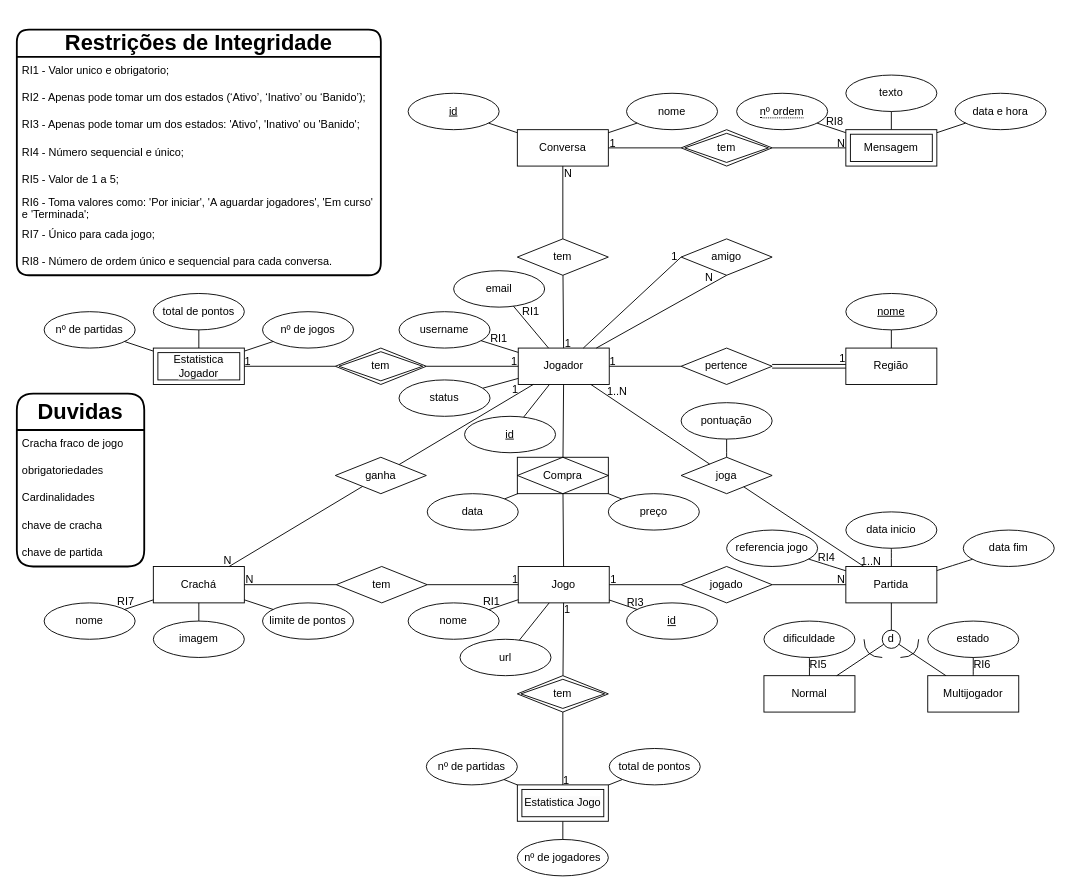
Above: page "Main" (1 of 11) of docs/Model_SI_WorkAssigment.drawio in ISEL-STRESSES/SI-WorkAssignment (draw.io), before the change. Source tidied: cells renumbered, new cells numbered last; positions are measured from the earlier drawing's top-left corner, leaving out a move shared by most shapes. Both pictures are drawn from the tidied source at 91%, with x=0, y=0 at pixel (16, 29).
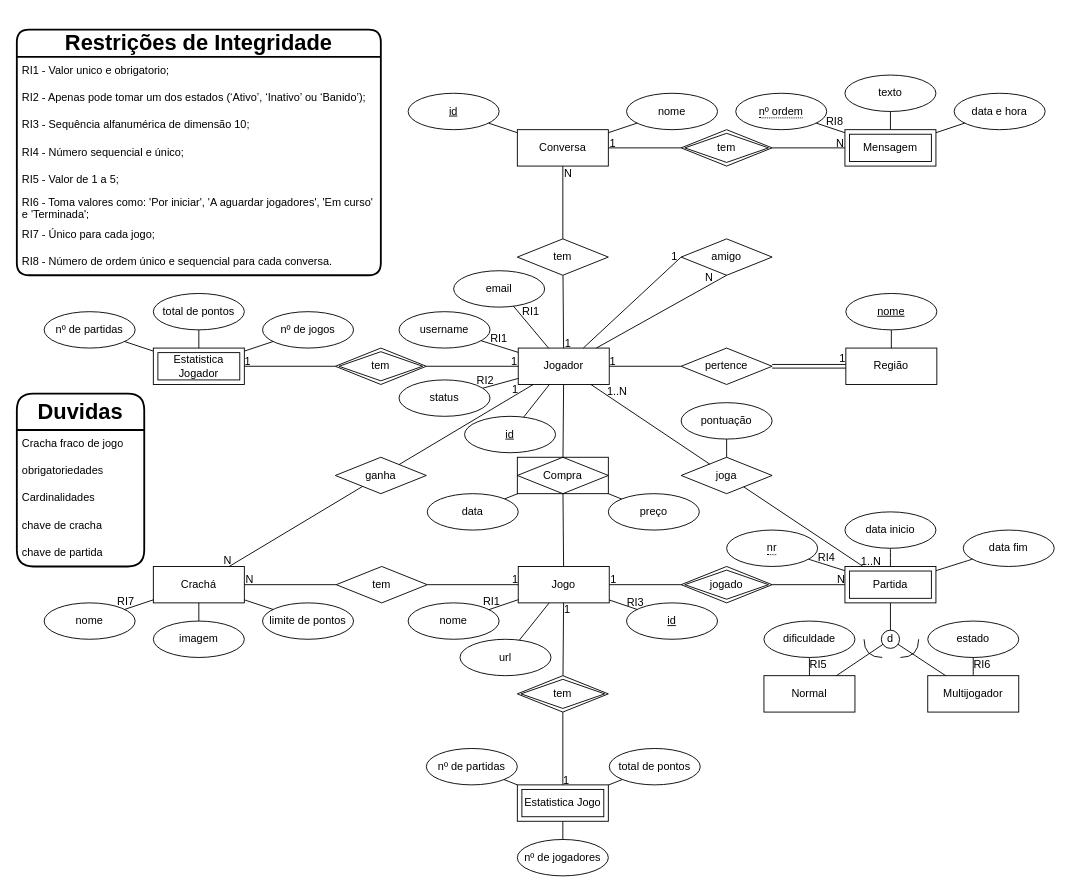
The same page after the edit.

The change refers to these unchanged cells:
```xml
<mxCell id="148" value="&lt;h1 style=&quot;border-color: var(--border-color); text-align: left;&quot;&gt;Restrições de Integridade&lt;/h1&gt;" style="swimlane;fontStyle=0;horizontal=1;startSize=30;whiteSpace=wrap;html=1;rounded=1;shadow=0;glass=0;labelBackgroundColor=none;labelBorderColor=none;sketch=0;strokeColor=default;strokeWidth=2;fontSize=12;fillColor=none;" parent="1" vertex="1">
  <mxGeometry width="400" height="270" as="geometry" />
</mxCell>
```

The edit, as a diff of the source:
```diff
@@
-    <mxCell id="18" value="Partida" style="whiteSpace=wrap;html=1;align=center;" parent="1" vertex="1">
-      <mxGeometry x="911" y="590" width="100" height="40" as="geometry" />
-    </mxCell>
-    <mxCell id="19" value="referencia&amp;nbsp;jogo" style="ellipse;whiteSpace=wrap;html=1;align=center;" parent="1" vertex="1">
-      <mxGeometry x="780" y="550" width="100" height="40" as="geometry" />
-    </mxCell>
     <mxCell id="20" value="data inicio" style="ellipse;whiteSpace=wrap;html=1;align=center;" parent="1" vertex="1">
-      <mxGeometry x="911" y="530" width="100" height="40" as="geometry" />
+      <mxGeometry x="910" y="530" width="100" height="40" as="geometry" />
     </mxCell>
@@
     <mxCell id="24" value="d" style="ellipse;whiteSpace=wrap;html=1;" parent="1" vertex="1">
-      <mxGeometry x="951" y="660" width="20" height="20" as="geometry" />
+      <mxGeometry x="950" y="660" width="20" height="20" as="geometry" />
     </mxCell>
@@
-    <mxCell id="30" style="endArrow=none;html=1;rounded=0;strokeColor=default;curved=1;" parent="1" edge="1" source="19" target="18">
+    <mxCell id="30" style="endArrow=none;html=1;rounded=0;strokeColor=default;curved=1;" parent="1" edge="1" source="158" target="18">
       <mxGeometry relative="1" as="geometry" />
     </mxCell>
@@
     <mxCell id="49" value="data e hora" style="ellipse;whiteSpace=wrap;html=1;align=center;" parent="1" vertex="1">
-      <mxGeometry x="1031" y="70" width="100" height="40" as="geometry" />
+      <mxGeometry x="1030" y="70" width="100" height="40" as="geometry" />
     </mxCell>
     <mxCell id="50" value="texto" style="ellipse;whiteSpace=wrap;html=1;align=center;" parent="1" vertex="1">
-      <mxGeometry x="911" y="50" width="100" height="40" as="geometry" />
+      <mxGeometry x="910" y="50" width="100" height="40" as="geometry" />
     </mxCell>
@@
-    <mxCell id="78" value="&lt;span style=&quot;color: rgb(0, 0, 0); font-family: Helvetica; font-size: 12px; font-style: normal; font-variant-ligatures: normal; font-variant-caps: normal; font-weight: 400; letter-spacing: normal; orphans: 2; text-align: center; text-indent: 0px; text-transform: none; widows: 2; word-spacing: 0px; -webkit-text-stroke-width: 0px; background-color: rgb(251, 251, 251); text-decoration-thickness: initial; text-decoration-style: initial; text-decoration-color: initial; float: none; display: inline !important;&quot;&gt;Estatistica Jogador&lt;/span&gt;" style="shape=ext;margin=3;double=1;whiteSpace=wrap;html=1;align=center;" parent="1" vertex="1">
+    <mxCell id="78" value="&lt;span style=&quot;font-family: Helvetica; font-size: 12px; font-style: normal; font-variant-ligatures: normal; font-variant-caps: normal; font-weight: 400; letter-spacing: normal; orphans: 2; text-align: center; text-indent: 0px; text-transform: none; widows: 2; word-spacing: 0px; -webkit-text-stroke-width: 0px; text-decoration-thickness: initial; text-decoration-style: initial; text-decoration-color: initial; float: none; display: inline !important;&quot;&gt;Estatistica Jogador&lt;/span&gt;" style="shape=ext;margin=3;double=1;whiteSpace=wrap;html=1;align=center;labelBackgroundColor=none;fontColor=default;" parent="1" vertex="1">
       <mxGeometry x="150" y="350" width="100" height="40" as="geometry" />
     </mxCell>
@@
-    <mxCell id="80" value="&lt;span style=&quot;color: rgb(0, 0, 0); font-family: Helvetica; font-size: 12px; font-style: normal; font-variant-ligatures: normal; font-variant-caps: normal; font-weight: 400; letter-spacing: normal; orphans: 2; text-align: center; text-indent: 0px; text-transform: none; widows: 2; word-spacing: 0px; -webkit-text-stroke-width: 0px; background-color: rgb(251, 251, 251); text-decoration-thickness: initial; text-decoration-style: initial; text-decoration-color: initial; float: none; display: inline !important;&quot;&gt;Estatistica Jogo&lt;/span&gt;" style="shape=ext;margin=3;double=1;whiteSpace=wrap;html=1;align=center;" parent="1" vertex="1">
+    <mxCell id="80" value="&lt;span style=&quot;font-family: Helvetica; font-size: 12px; font-style: normal; font-variant-ligatures: normal; font-variant-caps: normal; font-weight: 400; letter-spacing: normal; orphans: 2; text-align: center; text-indent: 0px; text-transform: none; widows: 2; word-spacing: 0px; -webkit-text-stroke-width: 0px; text-decoration-thickness: initial; text-decoration-style: initial; text-decoration-color: initial; float: none; display: inline !important;&quot;&gt;Estatistica Jogo&lt;/span&gt;" style="shape=ext;margin=3;double=1;whiteSpace=wrap;html=1;align=center;fontColor=default;labelBackgroundColor=none;" parent="1" vertex="1">
       <mxGeometry x="550" y="830" width="100" height="40" as="geometry" />
     </mxCell>
@@
-    <mxCell id="85" value="jogado" style="shape=rhombus;perimeter=rhombusPerimeter;whiteSpace=wrap;html=1;align=center;" parent="1" vertex="1">
+    <mxCell id="85" value="jogado" style="shape=rhombus;perimeter=rhombusPerimeter;whiteSpace=wrap;html=1;align=center;double=1;" parent="1" vertex="1">
       <mxGeometry x="730" y="590" width="100" height="40" as="geometry" />
     </mxCell>
@@
     <mxCell id="107" value="Mensagem" style="shape=ext;margin=3;double=1;whiteSpace=wrap;html=1;align=center;" parent="1" vertex="1">
-      <mxGeometry x="911" y="110" width="100" height="40" as="geometry" />
+      <mxGeometry x="910" y="110" width="100" height="40" as="geometry" />
     </mxCell>
@@
     <mxCell id="111" value="&lt;span style=&quot;border-bottom: 1px dotted&quot;&gt;nº ordem&lt;/span&gt;" style="ellipse;whiteSpace=wrap;html=1;align=center;" parent="1" vertex="1">
-      <mxGeometry x="791" y="70" width="100" height="40" as="geometry" />
+      <mxGeometry x="790" y="70" width="100" height="40" as="geometry" />
     </mxCell>
@@
     <mxCell id="130" value="N" style="text;html=1;strokeColor=none;fillColor=none;align=center;verticalAlign=middle;whiteSpace=wrap;rounded=0;" parent="1" vertex="1">
-      <mxGeometry x="876" y="110" width="60" height="30" as="geometry" />
+      <mxGeometry x="875" y="110" width="60" height="30" as="geometry" />
     </mxCell>
@@
-    <mxCell id="151" value="RI3 - Apenas pode tomar um dos estados: 'Ativo', 'Inativo' ou 'Banido';" style="text;strokeColor=none;fillColor=none;align=left;verticalAlign=middle;spacingLeft=4;spacingRight=4;overflow=hidden;whiteSpace=wrap;html=1;fontSize=12;" parent="148" vertex="1">
+    <mxCell id="151" value="RI3 - Sequência alfanumérica de dimensão 10;" style="text;strokeColor=none;fillColor=none;align=left;verticalAlign=middle;spacingLeft=4;spacingRight=4;overflow=hidden;whiteSpace=wrap;html=1;fontSize=12;" parent="148" vertex="1">
       <mxGeometry y="90" width="400" height="30" as="geometry" />
     </mxCell>
@@
+    <mxCell id="157" value="RI2" style="text;html=1;strokeColor=none;fillColor=none;align=center;verticalAlign=middle;whiteSpace=wrap;rounded=0;" parent="1" vertex="1">
+      <mxGeometry x="485" y="371" width="60" height="30" as="geometry" />
+    </mxCell>
+    <mxCell id="18" value="Partida" style="shape=ext;margin=3;double=1;whiteSpace=wrap;html=1;align=center;" parent="1" vertex="1">
+      <mxGeometry x="910" y="590" width="100" height="40" as="geometry" />
+    </mxCell>
+    <mxCell id="158" value="&lt;span style=&quot;border-bottom: 1px dotted&quot;&gt;nr&lt;/span&gt;" style="ellipse;whiteSpace=wrap;html=1;align=center;" parent="1" vertex="1">
+      <mxGeometry x="780" y="550" width="100" height="40" as="geometry" />
+    </mxCell>
```
